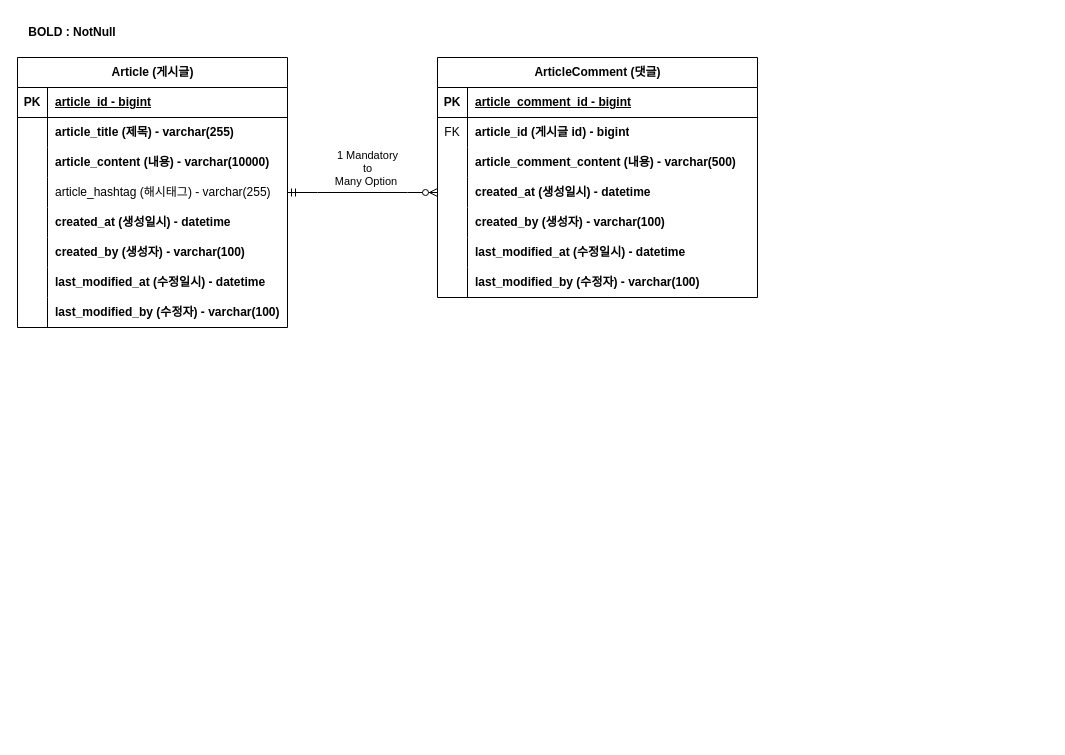
Before: document/project-board_ERD.drawio in mykim8710/project-board, a draw.io diagram. Source tidied: cells renumbered, new cells numbered last; positions are measured from the earlier drawing's top-left corner, leaving out a move shared by most shapes. Both pictures are drawn from the tidied source at 100%, with x=0, y=0 at pixel (17, 17).
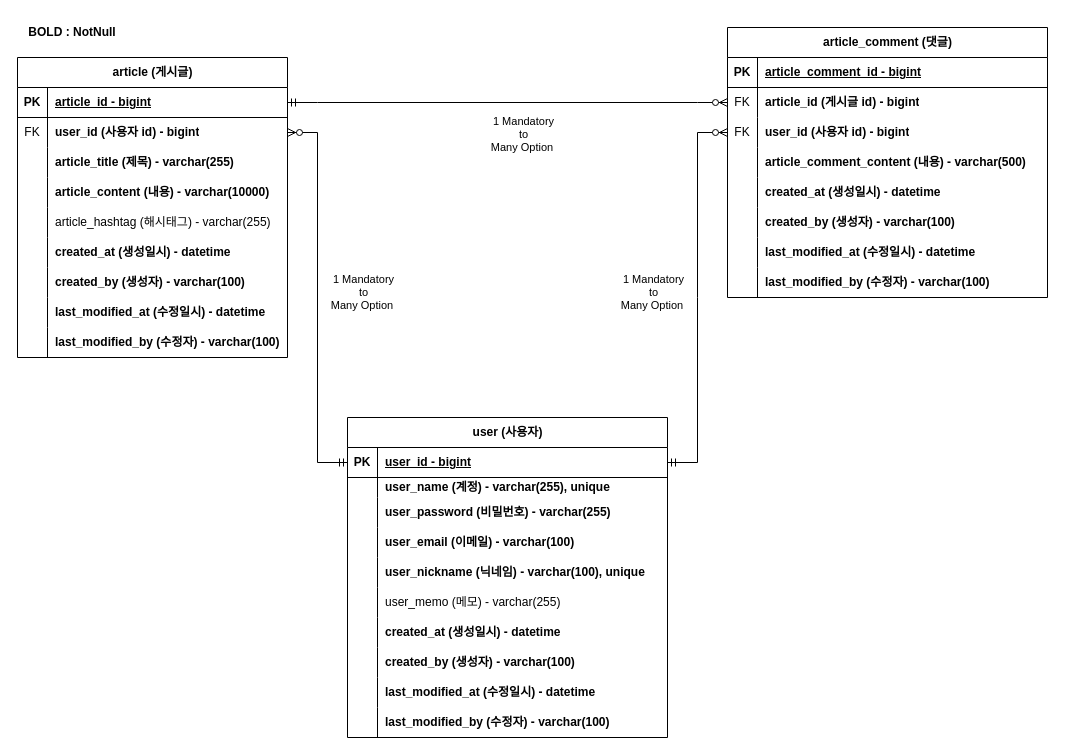
The same diagram, later.

Commit message:
#16 - user추가로 인한 erd 다이어그램 수정

The change refers to these unchanged cells:
```xml
<mxCell id="3" style="shape=tableRow;horizontal=0;startSize=0;swimlaneHead=0;swimlaneBody=0;fillColor=none;points=[[0,0.5],[1,0.5]];portConstraint=eastwest;top=0;left=0;right=0;bottom=1;" parent="2" vertex="1">
  <mxGeometry y="30" width="270" height="30" as="geometry" />
</mxCell>
<mxCell id="31" style="shape=tableRow;horizontal=0;startSize=0;swimlaneHead=0;swimlaneBody=0;fillColor=none;points=[[0,0.5],[1,0.5]];portConstraint=eastwest;top=0;left=0;right=0;bottom=0;" parent="27" vertex="1">
  <mxGeometry y="60" width="320" height="30" as="geometry" />
</mxCell>
```

Change to the diagram source:
```diff
@@
-    <mxCell id="2" value="Article (게시글)" style="shape=table;startSize=30;childLayout=tableLayout;rowLines=0;fontStyle=1;align=center;html=1;" parent="1" vertex="1">
-      <mxGeometry y="40" width="270" height="270" as="geometry" />
+    <mxCell id="2" value="article (게시글)" style="shape=table;startSize=30;childLayout=tableLayout;rowLines=0;fontStyle=1;align=center;html=1;" parent="1" vertex="1">
+      <mxGeometry y="40" width="270" height="300" as="geometry" />
     </mxCell>
@@
+    <mxCell id="52" style="shape=tableRow;horizontal=0;startSize=0;swimlaneHead=0;swimlaneBody=0;fillColor=none;points=[[0,0.5],[1,0.5]];portConstraint=eastwest;top=0;left=0;right=0;bottom=0;" parent="2" vertex="1">
+      <mxGeometry y="60" width="270" height="30" as="geometry" />
+    </mxCell>
+    <mxCell id="53" value="FK" style="shape=partialRectangle;fillColor=none;top=0;left=0;bottom=0;right=0;overflow=hidden;whiteSpace=wrap;html=1;" parent="52" vertex="1">
+      <mxGeometry width="30" height="30" as="geometry" />
+    </mxCell>
+    <mxCell id="54" value="user_id (사용자 id) - bigint" style="shape=partialRectangle;fillColor=none;top=0;left=0;bottom=0;right=0;align=left;spacingLeft=6;overflow=hidden;whiteSpace=wrap;html=1;fontStyle=1;" parent="52" vertex="1">
+      <mxGeometry x="30" width="240" height="30" as="geometry" />
+    </mxCell>
     <mxCell id="6" style="shape=tableRow;horizontal=0;startSize=0;swimlaneHead=0;swimlaneBody=0;fillColor=none;top=0;left=0;right=0;bottom=0;" parent="2" vertex="1">
-      <mxGeometry y="60" width="270" height="30" as="geometry" />
+      <mxGeometry y="90" width="270" height="30" as="geometry" />
     </mxCell>
@@
     <mxCell id="9" style="shape=tableRow;horizontal=0;startSize=0;swimlaneHead=0;swimlaneBody=0;fillColor=none;top=0;left=0;right=0;bottom=0;" parent="2" vertex="1">
-      <mxGeometry y="90" width="270" height="30" as="geometry" />
+      <mxGeometry y="120" width="270" height="30" as="geometry" />
     </mxCell>
@@
     <mxCell id="12" style="shape=tableRow;horizontal=0;startSize=0;swimlaneHead=0;swimlaneBody=0;fillColor=none;points=[[0,0.5],[1,0.5]];portConstraint=eastwest;top=0;left=0;right=0;bottom=0;" parent="2" vertex="1">
-      <mxGeometry y="120" width="270" height="30" as="geometry" />
+      <mxGeometry y="150" width="270" height="30" as="geometry" />
     </mxCell>
@@
     <mxCell id="15" style="shape=tableRow;horizontal=0;startSize=0;swimlaneHead=0;swimlaneBody=0;fillColor=none;top=0;left=0;right=0;bottom=0;" parent="2" vertex="1">
-      <mxGeometry y="150" width="270" height="30" as="geometry" />
+      <mxGeometry y="180" width="270" height="30" as="geometry" />
     </mxCell>
@@
     <mxCell id="18" style="shape=tableRow;horizontal=0;startSize=0;swimlaneHead=0;swimlaneBody=0;fillColor=none;top=0;left=0;right=0;bottom=0;" parent="2" vertex="1">
-      <mxGeometry y="180" width="270" height="30" as="geometry" />
+      <mxGeometry y="210" width="270" height="30" as="geometry" />
     </mxCell>
@@
     <mxCell id="21" style="shape=tableRow;horizontal=0;startSize=0;swimlaneHead=0;swimlaneBody=0;fillColor=none;top=0;left=0;right=0;bottom=0;" parent="2" vertex="1">
-      <mxGeometry y="210" width="270" height="30" as="geometry" />
+      <mxGeometry y="240" width="270" height="30" as="geometry" />
     </mxCell>
@@
     <mxCell id="24" style="shape=tableRow;horizontal=0;startSize=0;swimlaneHead=0;swimlaneBody=0;fillColor=none;top=0;left=0;right=0;bottom=0;" parent="2" vertex="1">
-      <mxGeometry y="240" width="270" height="30" as="geometry" />
+      <mxGeometry y="270" width="270" height="30" as="geometry" />
     </mxCell>
@@
-    <mxCell id="27" value="ArticleComment (댓글)" style="shape=table;startSize=30;childLayout=tableLayout;rowLines=0;fontStyle=1;align=center;html=1;" parent="1" vertex="1">
-      <mxGeometry x="420" y="40" width="320" height="240" as="geometry" />
+    <mxCell id="27" value="article_comment (댓글)" style="shape=table;startSize=30;childLayout=tableLayout;rowLines=0;fontStyle=1;align=center;html=1;" parent="1" vertex="1">
+      <mxGeometry x="710" y="10" width="320" height="270" as="geometry" />
     </mxCell>
@@
+    <mxCell id="55" style="shape=tableRow;horizontal=0;startSize=0;swimlaneHead=0;swimlaneBody=0;fillColor=none;points=[[0,0.5],[1,0.5]];portConstraint=eastwest;top=0;left=0;right=0;bottom=0;" parent="27" vertex="1">
+      <mxGeometry y="90" width="320" height="30" as="geometry" />
+    </mxCell>
+    <mxCell id="56" value="FK" style="shape=partialRectangle;fillColor=none;top=0;left=0;bottom=0;right=0;overflow=hidden;whiteSpace=wrap;html=1;" parent="55" vertex="1">
+      <mxGeometry width="30" height="30" as="geometry" />
+    </mxCell>
+    <mxCell id="57" value="user_id (사용자 id) - bigint" style="shape=partialRectangle;fillColor=none;top=0;left=0;bottom=0;right=0;align=left;spacingLeft=6;overflow=hidden;whiteSpace=wrap;html=1;fontStyle=1;" parent="55" vertex="1">
+      <mxGeometry x="30" width="290" height="30" as="geometry" />
+    </mxCell>
     <mxCell id="34" style="shape=tableRow;horizontal=0;startSize=0;swimlaneHead=0;swimlaneBody=0;fillColor=none;top=0;left=0;right=0;bottom=0;" parent="27" vertex="1">
-      <mxGeometry y="90" width="320" height="30" as="geometry" />
+      <mxGeometry y="120" width="320" height="30" as="geometry" />
     </mxCell>
@@
     <mxCell id="37" style="shape=tableRow;horizontal=0;startSize=0;swimlaneHead=0;swimlaneBody=0;fillColor=none;points=[[0,0.5],[1,0.5]];portConstraint=eastwest;top=0;left=0;right=0;bottom=0;" parent="27" vertex="1">
-      <mxGeometry y="120" width="320" height="30" as="geometry" />
+      <mxGeometry y="150" width="320" height="30" as="geometry" />
     </mxCell>
@@
     <mxCell id="40" style="shape=tableRow;horizontal=0;startSize=0;swimlaneHead=0;swimlaneBody=0;fillColor=none;top=0;left=0;right=0;bottom=0;" parent="27" vertex="1">
-      <mxGeometry y="150" width="320" height="30" as="geometry" />
+      <mxGeometry y="180" width="320" height="30" as="geometry" />
     </mxCell>
@@
     <mxCell id="43" style="shape=tableRow;horizontal=0;startSize=0;swimlaneHead=0;swimlaneBody=0;fillColor=none;top=0;left=0;right=0;bottom=0;" parent="27" vertex="1">
-      <mxGeometry y="180" width="320" height="30" as="geometry" />
+      <mxGeometry y="210" width="320" height="30" as="geometry" />
     </mxCell>
@@
     <mxCell id="46" style="shape=tableRow;horizontal=0;startSize=0;swimlaneHead=0;swimlaneBody=0;fillColor=none;top=0;left=0;right=0;bottom=0;" parent="27" vertex="1">
-      <mxGeometry y="210" width="320" height="30" as="geometry" />
+      <mxGeometry y="240" width="320" height="30" as="geometry" />
     </mxCell>
@@
-    <mxCell id="49" style="edgeStyle=entityRelationEdgeStyle;fontSize=12;html=1;endArrow=ERzeroToMany;startArrow=ERmandOne;rounded=0;exitX=1;exitY=0.5;exitDx=0;exitDy=0;" parent="1" edge="1" source="12" target="37">
+    <mxCell id="49" style="edgeStyle=entityRelationEdgeStyle;fontSize=12;html=1;endArrow=ERzeroToMany;startArrow=ERmandOne;rounded=0;exitX=1;exitY=0.5;exitDx=0;exitDy=0;entryX=0;entryY=0.5;entryDx=0;entryDy=0;" parent="1" edge="1" source="3" target="31">
       <mxGeometry relative="1" as="geometry" />
     </mxCell>
-    <mxCell id="50" value="1 Mandatory &lt;br&gt;to&lt;br&gt;Many Option&amp;nbsp;" style="edgeLabel;html=1;align=center;verticalAlign=middle;" parent="49" vertex="1">
-      <mxGeometry x="-0.09" y="2" relative="1" as="geometry">
-        <mxPoint x="11" y="-23" as="offset" />
-      </mxGeometry>
-    </mxCell>
@@
+    <mxCell id="58" value="user (사용자)" style="shape=table;startSize=30;childLayout=tableLayout;rowLines=0;fontStyle=1;align=center;html=1;" parent="1" vertex="1">
+      <mxGeometry x="330" y="400" width="320" height="320" as="geometry" />
+    </mxCell>
+    <mxCell id="59" style="shape=tableRow;horizontal=0;startSize=0;swimlaneHead=0;swimlaneBody=0;fillColor=none;points=[[0,0.5],[1,0.5]];portConstraint=eastwest;top=0;left=0;right=0;bottom=1;" parent="58" vertex="1">
+      <mxGeometry y="30" width="320" height="30" as="geometry" />
+    </mxCell>
+    <mxCell id="60" value="PK" style="shape=partialRectangle;fillColor=none;top=0;left=0;bottom=0;right=0;fontStyle=1;overflow=hidden;whiteSpace=wrap;html=1;" parent="59" vertex="1">
+      <mxGeometry width="30" height="30" as="geometry" />
+    </mxCell>
+    <mxCell id="61" value="user_id - bigint" style="shape=partialRectangle;fillColor=none;top=0;left=0;bottom=0;right=0;align=left;spacingLeft=6;fontStyle=5;overflow=hidden;whiteSpace=wrap;html=1;" parent="59" vertex="1">
+      <mxGeometry x="30" width="290" height="30" as="geometry" />
+    </mxCell>
+    <mxCell id="62" style="shape=tableRow;horizontal=0;startSize=0;swimlaneHead=0;swimlaneBody=0;fillColor=none;top=0;left=0;right=0;bottom=0;" parent="58" vertex="1">
+      <mxGeometry y="60" width="320" height="20" as="geometry" />
+    </mxCell>
+    <mxCell id="63" style="shape=partialRectangle;fillColor=none;top=0;left=0;bottom=0;right=0;overflow=hidden;whiteSpace=wrap;html=1;" parent="62" vertex="1">
+      <mxGeometry width="30" height="20" as="geometry" />
+    </mxCell>
+    <mxCell id="64" value="user_name (계정) - varchar(255), unique" style="shape=partialRectangle;fillColor=none;top=0;left=0;bottom=0;right=0;align=left;spacingLeft=6;overflow=hidden;whiteSpace=wrap;html=1;fontStyle=1;" parent="62" vertex="1">
+      <mxGeometry x="30" width="290" height="20" as="geometry" />
+    </mxCell>
+    <mxCell id="65" style="shape=tableRow;horizontal=0;startSize=0;swimlaneHead=0;swimlaneBody=0;fillColor=none;top=0;left=0;right=0;bottom=0;" parent="58" vertex="1">
+      <mxGeometry y="80" width="320" height="30" as="geometry" />
+    </mxCell>
+    <mxCell id="66" style="shape=partialRectangle;fillColor=none;top=0;left=0;bottom=0;right=0;overflow=hidden;whiteSpace=wrap;html=1;" parent="65" vertex="1">
+      <mxGeometry width="30" height="30" as="geometry" />
+    </mxCell>
+    <mxCell id="67" value="user_password (비밀번호)&amp;nbsp;- varchar(255)" style="shape=partialRectangle;fillColor=none;top=0;left=0;bottom=0;right=0;align=left;spacingLeft=6;overflow=hidden;whiteSpace=wrap;html=1;fontStyle=1;" parent="65" vertex="1">
+      <mxGeometry x="30" width="290" height="30" as="geometry" />
+    </mxCell>
+    <mxCell id="68" style="shape=tableRow;horizontal=0;startSize=0;swimlaneHead=0;swimlaneBody=0;fillColor=none;top=0;left=0;right=0;bottom=0;" parent="58" vertex="1">
+      <mxGeometry y="110" width="320" height="30" as="geometry" />
+    </mxCell>
+    <mxCell id="69" style="shape=partialRectangle;fillColor=none;top=0;left=0;bottom=0;right=0;overflow=hidden;whiteSpace=wrap;html=1;" parent="68" vertex="1">
+      <mxGeometry width="30" height="30" as="geometry" />
+    </mxCell>
+    <mxCell id="70" value="user_email (이메일) - varchar(100)" style="shape=partialRectangle;fillColor=none;top=0;left=0;bottom=0;right=0;align=left;spacingLeft=6;overflow=hidden;whiteSpace=wrap;html=1;fontStyle=1;" parent="68" vertex="1">
+      <mxGeometry x="30" width="290" height="30" as="geometry" />
+    </mxCell>
+    <mxCell id="71" style="shape=tableRow;horizontal=0;startSize=0;swimlaneHead=0;swimlaneBody=0;fillColor=none;top=0;left=0;right=0;bottom=0;" parent="58" vertex="1">
+      <mxGeometry y="140" width="320" height="30" as="geometry" />
+    </mxCell>
+    <mxCell id="72" style="shape=partialRectangle;fillColor=none;top=0;left=0;bottom=0;right=0;overflow=hidden;whiteSpace=wrap;html=1;" parent="71" vertex="1">
+      <mxGeometry width="30" height="30" as="geometry" />
+    </mxCell>
+    <mxCell id="73" value="user_nickname (닉네임) - varchar(100), unique" style="shape=partialRectangle;fillColor=none;top=0;left=0;bottom=0;right=0;align=left;spacingLeft=6;overflow=hidden;whiteSpace=wrap;html=1;fontStyle=1;" parent="71" vertex="1">
+      <mxGeometry x="30" width="290" height="30" as="geometry" />
+    </mxCell>
+    <mxCell id="74" style="shape=tableRow;horizontal=0;startSize=0;swimlaneHead=0;swimlaneBody=0;fillColor=none;top=0;left=0;right=0;bottom=0;" parent="58" vertex="1">
+      <mxGeometry y="170" width="320" height="30" as="geometry" />
+    </mxCell>
+    <mxCell id="75" style="shape=partialRectangle;fillColor=none;top=0;left=0;bottom=0;right=0;overflow=hidden;whiteSpace=wrap;html=1;" parent="74" vertex="1">
+      <mxGeometry width="30" height="30" as="geometry" />
+    </mxCell>
+    <mxCell id="76" value="user_memo (메모) - varchar(255)" style="shape=partialRectangle;fillColor=none;top=0;left=0;bottom=0;right=0;align=left;spacingLeft=6;overflow=hidden;whiteSpace=wrap;html=1;" parent="74" vertex="1">
+      <mxGeometry x="30" width="290" height="30" as="geometry" />
+    </mxCell>
+    <mxCell id="77" style="shape=tableRow;horizontal=0;startSize=0;swimlaneHead=0;swimlaneBody=0;fillColor=none;top=0;left=0;right=0;bottom=0;" parent="58" vertex="1">
+      <mxGeometry y="200" width="320" height="30" as="geometry" />
+    </mxCell>
+    <mxCell id="78" style="shape=partialRectangle;fillColor=none;top=0;left=0;bottom=0;right=0;overflow=hidden;whiteSpace=wrap;html=1;" parent="77" vertex="1">
+      <mxGeometry width="30" height="30" as="geometry" />
+    </mxCell>
+    <mxCell id="79" value="created_at (생성일시) - datetime" style="shape=partialRectangle;fillColor=none;top=0;left=0;bottom=0;right=0;align=left;spacingLeft=6;overflow=hidden;whiteSpace=wrap;html=1;fontStyle=1;" parent="77" vertex="1">
+      <mxGeometry x="30" width="290" height="30" as="geometry" />
+    </mxCell>
+    <mxCell id="80" style="shape=tableRow;horizontal=0;startSize=0;swimlaneHead=0;swimlaneBody=0;fillColor=none;top=0;left=0;right=0;bottom=0;" parent="58" vertex="1">
+      <mxGeometry y="230" width="320" height="30" as="geometry" />
+    </mxCell>
+    <mxCell id="81" style="shape=partialRectangle;fillColor=none;top=0;left=0;bottom=0;right=0;overflow=hidden;whiteSpace=wrap;html=1;" parent="80" vertex="1">
+      <mxGeometry width="30" height="30" as="geometry" />
+    </mxCell>
+    <mxCell id="82" value="created_by (생성자)&amp;nbsp;- varchar(100)" style="shape=partialRectangle;fillColor=none;top=0;left=0;bottom=0;right=0;align=left;spacingLeft=6;overflow=hidden;whiteSpace=wrap;html=1;fontStyle=1;" parent="80" vertex="1">
+      <mxGeometry x="30" width="290" height="30" as="geometry" />
+    </mxCell>
+    <mxCell id="83" style="shape=tableRow;horizontal=0;startSize=0;swimlaneHead=0;swimlaneBody=0;fillColor=none;top=0;left=0;right=0;bottom=0;" parent="58" vertex="1">
+      <mxGeometry y="260" width="320" height="30" as="geometry" />
+    </mxCell>
+    <mxCell id="84" style="shape=partialRectangle;fillColor=none;top=0;left=0;bottom=0;right=0;overflow=hidden;whiteSpace=wrap;html=1;" parent="83" vertex="1">
+      <mxGeometry width="30" height="30" as="geometry" />
+    </mxCell>
+    <mxCell id="85" value="last_modified_at (수정일시)&amp;nbsp;- datetime" style="shape=partialRectangle;fillColor=none;top=0;left=0;bottom=0;right=0;align=left;spacingLeft=6;overflow=hidden;whiteSpace=wrap;html=1;fontStyle=1;" parent="83" vertex="1">
+      <mxGeometry x="30" width="290" height="30" as="geometry" />
+    </mxCell>
+    <mxCell id="86" style="shape=tableRow;horizontal=0;startSize=0;swimlaneHead=0;swimlaneBody=0;fillColor=none;top=0;left=0;right=0;bottom=0;" parent="58" vertex="1">
+      <mxGeometry y="290" width="320" height="30" as="geometry" />
+    </mxCell>
+    <mxCell id="87" style="shape=partialRectangle;fillColor=none;top=0;left=0;bottom=0;right=0;overflow=hidden;whiteSpace=wrap;html=1;" parent="86" vertex="1">
+      <mxGeometry width="30" height="30" as="geometry" />
+    </mxCell>
+    <mxCell id="88" value="last_modified_by (수정자)&amp;nbsp;- varchar(100)" style="shape=partialRectangle;fillColor=none;top=0;left=0;bottom=0;right=0;align=left;spacingLeft=6;overflow=hidden;whiteSpace=wrap;html=1;fontStyle=1;" parent="86" vertex="1">
+      <mxGeometry x="30" width="290" height="30" as="geometry" />
+    </mxCell>
+    <mxCell id="89" style="edgeStyle=entityRelationEdgeStyle;fontSize=12;html=1;endArrow=ERzeroToMany;startArrow=ERmandOne;rounded=0;exitX=0;exitY=0.5;exitDx=0;exitDy=0;entryX=1;entryY=0.5;entryDx=0;entryDy=0;" parent="1" edge="1" source="59" target="52">
+      <mxGeometry relative="1" as="geometry" />
+    </mxCell>
+    <mxCell id="90" value="1 Mandatory &lt;br&gt;to&lt;br&gt;Many Option&amp;nbsp;" style="edgeLabel;html=1;align=center;verticalAlign=middle;" parent="89" vertex="1">
+      <mxGeometry x="-0.09" y="2" relative="1" as="geometry">
+        <mxPoint x="207" y="-182" as="offset" />
+      </mxGeometry>
+    </mxCell>
+    <mxCell id="91" value="1 Mandatory &lt;br&gt;to&lt;br&gt;Many Option&amp;nbsp;" style="edgeLabel;html=1;align=center;verticalAlign=middle;" parent="1" vertex="1">
+      <mxGeometry x="280" y="270" as="geometry">
+        <mxPoint x="65" y="4" as="offset" />
+      </mxGeometry>
+    </mxCell>
+    <mxCell id="92" style="edgeStyle=entityRelationEdgeStyle;fontSize=12;html=1;endArrow=ERzeroToMany;startArrow=ERmandOne;rounded=0;exitX=1;exitY=0.5;exitDx=0;exitDy=0;entryX=0;entryY=0.5;entryDx=0;entryDy=0;" parent="1" edge="1" source="59" target="55">
+      <mxGeometry relative="1" as="geometry" />
+    </mxCell>
+    <mxCell id="93" value="1 Mandatory &lt;br&gt;to&lt;br&gt;Many Option&amp;nbsp;" style="edgeLabel;html=1;align=center;verticalAlign=middle;" parent="1" vertex="1">
+      <mxGeometry x="570" y="270" as="geometry">
+        <mxPoint x="65" y="4" as="offset" />
+      </mxGeometry>
+    </mxCell>
```
